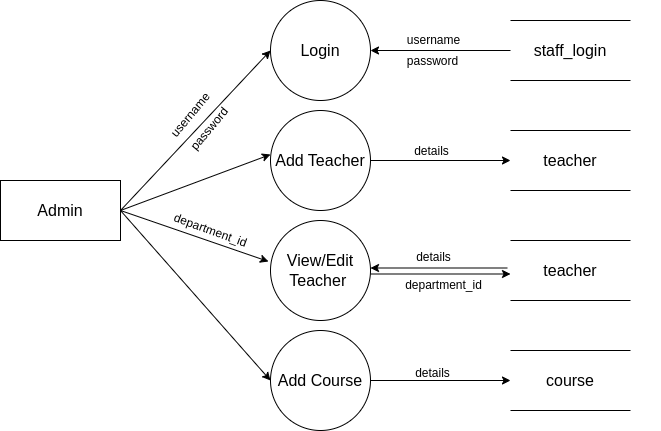
Earlier version of the draw.io export RAS_Project_Report/level_admin.png (Anjana2002/RAS_Project_Report). Source tidied: cells renumbered, new cells last; positions are measured from the earlier drawing's top-left corner, leaving out a move shared by most shapes. Its diagram source:
```xml
<mxGraphModel>
  <root>
    <mxCell id="0" />
    <mxCell id="1" parent="0" />
    <mxCell id="2" value="&lt;span style=&quot;font-size: 16px;&quot;&gt;Admin&lt;/span&gt;" style="rounded=0;whiteSpace=wrap;html=1;" parent="1" vertex="1">
      <mxGeometry y="180" width="120" height="60" as="geometry" />
    </mxCell>
    <mxCell id="3" value="&lt;font style=&quot;font-size: 16px;&quot;&gt;Login&lt;/font&gt;" style="ellipse;whiteSpace=wrap;html=1;" parent="1" vertex="1">
      <mxGeometry x="270" width="100" height="100" as="geometry" />
    </mxCell>
    <mxCell id="4" value="Add Teacher" style="ellipse;whiteSpace=wrap;html=1;fontSize=16;" parent="1" vertex="1">
      <mxGeometry x="270" y="110" width="100" height="100" as="geometry" />
    </mxCell>
    <mxCell id="5" value="View/Edit Teacher&amp;nbsp;" style="ellipse;whiteSpace=wrap;html=1;fontSize=16;" parent="1" vertex="1">
      <mxGeometry x="270" y="220" width="100" height="100" as="geometry" />
    </mxCell>
    <mxCell id="6" style="group;" parent="1" vertex="1">
      <mxGeometry x="370" y="20" width="290" height="60" as="geometry" />
    </mxCell>
    <mxCell id="7" style="group;" parent="6" vertex="1">
      <mxGeometry width="290" height="60" as="geometry" />
    </mxCell>
    <mxCell id="8" value="&lt;span style=&quot;font-size: 16px;&quot;&gt;staff_login&lt;/span&gt;" style="shape=partialRectangle;whiteSpace=wrap;html=1;left=0;right=0;fillColor=none;" parent="7" vertex="1">
      <mxGeometry x="140" width="120" height="60" as="geometry" />
    </mxCell>
    <mxCell id="9" value="&lt;span style=&quot;font-size: 16px;&quot;&gt;teacher&lt;/span&gt;" style="shape=partialRectangle;whiteSpace=wrap;html=1;left=0;right=0;fillColor=none;" parent="1" vertex="1">
      <mxGeometry x="510" y="240" width="120" height="60" as="geometry" />
    </mxCell>
    <mxCell id="10" value="password" style="text;html=1;align=center;verticalAlign=middle;strokeColor=none;fillColor=none;rotation=-50;" parent="1" vertex="1">
      <mxGeometry x="174" y="114" width="70" height="30" as="geometry" />
    </mxCell>
    <mxCell id="11" style="edgeStyle=orthogonalEdgeStyle;rounded=0;jettySize=auto;html=1;" parent="1" edge="1" source="8" target="3">
      <mxGeometry relative="1" as="geometry" />
    </mxCell>
    <mxCell id="12" value="username" style="text;html=1;align=center;verticalAlign=middle;strokeColor=none;fillColor=none;" parent="1" vertex="1">
      <mxGeometry x="393" y="25" width="80" height="30" as="geometry" />
    </mxCell>
    <mxCell id="13" value="password" style="text;html=1;align=center;verticalAlign=middle;strokeColor=none;fillColor=none;" parent="1" vertex="1">
      <mxGeometry x="397" y="46" width="70" height="30" as="geometry" />
    </mxCell>
    <mxCell id="14" style="endArrow=classic;html=1;rounded=0;entryX=0;entryY=0.5;entryDx=0;entryDy=0;exitX=1;exitY=0.5;exitDx=0;exitDy=0;" parent="1" edge="1" source="2" target="3">
      <mxGeometry relative="1" as="geometry" />
    </mxCell>
    <mxCell id="15" style="endArrow=classic;html=1;rounded=0;entryX=-0.02;entryY=0.41;entryDx=0;entryDy=0;exitX=1;exitY=0.5;exitDx=0;exitDy=0;entryPerimeter=0;" parent="1" edge="1" source="2" target="5">
      <mxGeometry relative="1" as="geometry" />
    </mxCell>
    <mxCell id="16" style="edgeStyle=orthogonalEdgeStyle;rounded=0;jettySize=auto;html=1;exitX=1;exitY=0.5;exitDx=0;exitDy=0;entryX=0;entryY=0.5;entryDx=0;entryDy=0;" parent="1" edge="1" source="17" target="19">
      <mxGeometry relative="1" as="geometry" />
    </mxCell>
    <mxCell id="17" value="Add Course" style="ellipse;whiteSpace=wrap;html=1;fontSize=16;" parent="1" vertex="1">
      <mxGeometry x="270" y="330" width="100" height="100" as="geometry" />
    </mxCell>
    <mxCell id="18" style="endArrow=classic;html=1;rounded=0;exitX=1;exitY=0.5;exitDx=0;exitDy=0;entryX=0;entryY=0.5;entryDx=0;entryDy=0;" parent="1" edge="1" source="2" target="17">
      <mxGeometry relative="1" as="geometry" />
    </mxCell>
    <mxCell id="19" value="&lt;span style=&quot;font-size: 16px;&quot;&gt;course&lt;/span&gt;" style="shape=partialRectangle;whiteSpace=wrap;html=1;left=0;right=0;fillColor=none;" parent="1" vertex="1">
      <mxGeometry x="510" y="350" width="120" height="60" as="geometry" />
    </mxCell>
    <mxCell id="20" style="group;" parent="1" vertex="1">
      <mxGeometry x="370" y="130" width="290" height="60" as="geometry" />
    </mxCell>
    <mxCell id="21" value="&lt;span style=&quot;font-size: 16px;&quot;&gt;teacher&lt;/span&gt;" style="shape=partialRectangle;whiteSpace=wrap;html=1;left=0;right=0;fillColor=none;" parent="20" vertex="1">
      <mxGeometry x="140" width="120" height="60" as="geometry" />
    </mxCell>
    <mxCell id="22" style="endArrow=classic;html=1;rounded=0;" parent="1" edge="1" target="21">
      <mxGeometry relative="1" as="geometry">
        <mxPoint x="370" y="160" as="sourcePoint" />
      </mxGeometry>
    </mxCell>
    <mxCell id="23" value="details" style="text;html=1;align=center;verticalAlign=middle;strokeColor=none;fillColor=none;" parent="1" vertex="1">
      <mxGeometry x="401" y="136" width="60" height="30" as="geometry" />
    </mxCell>
    <mxCell id="24" style="group;" parent="1" vertex="1">
      <mxGeometry x="370" y="267.5" as="geometry" />
    </mxCell>
    <mxCell id="25" style="endArrow=classic;html=1;rounded=0;exitX=-0.1;exitY=0.4;exitDx=0;exitDy=0;exitPerimeter=0;" parent="24" edge="1">
      <mxGeometry relative="1" as="geometry">
        <mxPoint x="137" as="sourcePoint" />
        <mxPoint as="targetPoint" />
      </mxGeometry>
    </mxCell>
    <mxCell id="26" style="edgeStyle=orthogonalEdgeStyle;rounded=0;orthogonalLoop=1;jettySize=auto;html=1;" parent="1" edge="1">
      <mxGeometry relative="1" as="geometry">
        <mxPoint x="370" y="273.5" as="sourcePoint" />
        <mxPoint x="510" y="273.5" as="targetPoint" />
      </mxGeometry>
    </mxCell>
    <mxCell id="27" value="details" style="text;html=1;align=center;verticalAlign=middle;strokeColor=none;fillColor=none;" parent="1" vertex="1">
      <mxGeometry x="402" y="358" width="60" height="30" as="geometry" />
    </mxCell>
    <mxCell id="28" style="endArrow=classic;html=1;rounded=0;entryX=0;entryY=0.5;entryDx=0;entryDy=0;exitX=1;exitY=0.5;exitDx=0;exitDy=0;" parent="1" edge="1" source="2">
      <mxGeometry relative="1" as="geometry">
        <mxPoint x="270" y="154" as="targetPoint" />
      </mxGeometry>
    </mxCell>
    <mxCell id="29" value="username" style="text;html=1;align=center;verticalAlign=middle;strokeColor=none;fillColor=none;rotation=-50;" parent="1" vertex="1">
      <mxGeometry x="150" y="100" width="80" height="30" as="geometry" />
    </mxCell>
    <mxCell id="30" value="department_id" style="text;html=1;align=center;verticalAlign=middle;strokeColor=none;fillColor=none;rotation=20;" parent="1" vertex="1">
      <mxGeometry x="160" y="215" width="100" height="30" as="geometry" />
    </mxCell>
    <mxCell id="31" value="department_id" style="text;html=1;align=center;verticalAlign=middle;strokeColor=none;fillColor=none;" parent="1" vertex="1">
      <mxGeometry x="393" y="270" width="100" height="30" as="geometry" />
    </mxCell>
    <mxCell id="32" value="details" style="text;html=1;align=center;verticalAlign=middle;strokeColor=none;fillColor=none;" parent="1" vertex="1">
      <mxGeometry x="403" y="242" width="60" height="30" as="geometry" />
    </mxCell>
  </root>
</mxGraphModel>
```
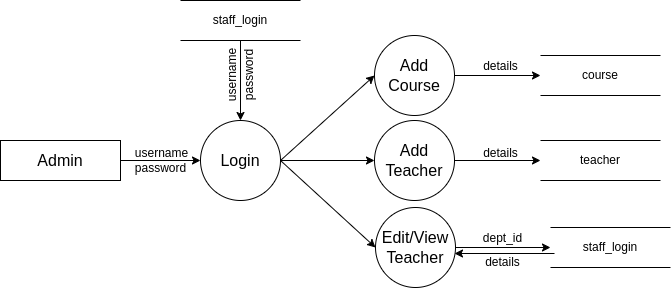
The same diagram one commit later.

What changed in the source:
```diff
@@ -2,108 +2,86 @@
   <root>
     <mxCell id="0" />
     <mxCell id="1" parent="0" />
-    <mxCell id="2" value="&lt;span style=&quot;font-size: 16px;&quot;&gt;Admin&lt;/span&gt;" style="rounded=0;whiteSpace=wrap;html=1;" parent="1" vertex="1">
-      <mxGeometry y="180" width="120" height="60" as="geometry" />
+    <mxCell id="2" value="&lt;font style=&quot;font-size: 16px;&quot;&gt;Admin&lt;/font&gt;" style="rounded=0;whiteSpace=wrap;html=1;" parent="1" vertex="1">
+      <mxGeometry x="-10" y="160" width="120" height="40" as="geometry" />
     </mxCell>
+    <mxCell id="14" style="endArrow=classic;html=1;rounded=0;exitX=1;exitY=0.5;exitDx=0;exitDy=0;" parent="1" edge="1" source="2" target="3">
+      <mxGeometry relative="1" as="geometry" />
+    </mxCell>
     <mxCell id="3" value="&lt;font style=&quot;font-size: 16px;&quot;&gt;Login&lt;/font&gt;" style="ellipse;whiteSpace=wrap;html=1;" parent="1" vertex="1">
-      <mxGeometry x="270" width="100" height="100" as="geometry" />
+      <mxGeometry x="190" y="140" width="80" height="80" as="geometry" />
     </mxCell>
-    <mxCell id="4" value="Add Teacher" style="ellipse;whiteSpace=wrap;html=1;fontSize=16;" parent="1" vertex="1">
-      <mxGeometry x="270" y="110" width="100" height="100" as="geometry" />
-    </mxCell>
-    <mxCell id="5" value="View/Edit Teacher&amp;nbsp;" style="ellipse;whiteSpace=wrap;html=1;fontSize=16;" parent="1" vertex="1">
-      <mxGeometry x="270" y="220" width="100" height="100" as="geometry" />
-    </mxCell>
-    <mxCell id="6" style="group;" parent="1" vertex="1">
-      <mxGeometry x="370" y="20" width="290" height="60" as="geometry" />
-    </mxCell>
-    <mxCell id="7" style="group;" parent="6" vertex="1">
-      <mxGeometry width="290" height="60" as="geometry" />
-    </mxCell>
-    <mxCell id="8" value="&lt;span style=&quot;font-size: 16px;&quot;&gt;staff_login&lt;/span&gt;" style="shape=partialRectangle;whiteSpace=wrap;html=1;left=0;right=0;fillColor=none;" parent="7" vertex="1">
-      <mxGeometry x="140" width="120" height="60" as="geometry" />
-    </mxCell>
-    <mxCell id="9" value="&lt;span style=&quot;font-size: 16px;&quot;&gt;teacher&lt;/span&gt;" style="shape=partialRectangle;whiteSpace=wrap;html=1;left=0;right=0;fillColor=none;" parent="1" vertex="1">
-      <mxGeometry x="510" y="240" width="120" height="60" as="geometry" />
-    </mxCell>
-    <mxCell id="10" value="password" style="text;html=1;align=center;verticalAlign=middle;strokeColor=none;fillColor=none;rotation=-50;" parent="1" vertex="1">
-      <mxGeometry x="174" y="114" width="70" height="30" as="geometry" />
-    </mxCell>
-    <mxCell id="11" style="edgeStyle=orthogonalEdgeStyle;rounded=0;jettySize=auto;html=1;" parent="1" edge="1" source="8" target="3">
-      <mxGeometry relative="1" as="geometry" />
-    </mxCell>
     <mxCell id="12" value="username" style="text;html=1;align=center;verticalAlign=middle;strokeColor=none;fillColor=none;" parent="1" vertex="1">
-      <mxGeometry x="393" y="25" width="80" height="30" as="geometry" />
+      <mxGeometry x="111" y="158" width="80" height="30" as="geometry" />
     </mxCell>
     <mxCell id="13" value="password" style="text;html=1;align=center;verticalAlign=middle;strokeColor=none;fillColor=none;" parent="1" vertex="1">
-      <mxGeometry x="397" y="46" width="70" height="30" as="geometry" />
+      <mxGeometry x="115" y="173" width="70" height="30" as="geometry" />
     </mxCell>
-    <mxCell id="14" style="endArrow=classic;html=1;rounded=0;entryX=0;entryY=0.5;entryDx=0;entryDy=0;exitX=1;exitY=0.5;exitDx=0;exitDy=0;" parent="1" edge="1" source="2" target="3">
-      <mxGeometry relative="1" as="geometry" />
-    </mxCell>
-    <mxCell id="15" style="endArrow=classic;html=1;rounded=0;entryX=-0.02;entryY=0.41;entryDx=0;entryDy=0;exitX=1;exitY=0.5;exitDx=0;exitDy=0;entryPerimeter=0;" parent="1" edge="1" source="2" target="5">
-      <mxGeometry relative="1" as="geometry" />
-    </mxCell>
+    <mxCell id="33" style="endArrow=classic;html=1;rounded=0;exitX=0.5;exitY=1;exitDx=0;exitDy=0;entryX=0.5;entryY=0;entryDx=0;entryDy=0;" parent="1" edge="1" source="34" target="3">
+      <mxGeometry relative="1" as="geometry" />
+    </mxCell>
+    <mxCell id="34" value="staff_login" style="shape=partialRectangle;whiteSpace=wrap;html=1;left=0;right=0;fillColor=none;" parent="1" vertex="1">
+      <mxGeometry x="170" y="20" width="120" height="40" as="geometry" />
+    </mxCell>
+    <mxCell id="10" value="password" style="text;html=1;align=center;verticalAlign=middle;strokeColor=none;fillColor=none;rotation=-90;" parent="1" vertex="1">
+      <mxGeometry x="204" y="80" width="70" height="30" as="geometry" />
+    </mxCell>
+    <mxCell id="29" value="username" style="text;html=1;align=center;verticalAlign=middle;strokeColor=none;fillColor=none;rotation=-90;" parent="1" vertex="1">
+      <mxGeometry x="182" y="80" width="80" height="30" as="geometry" />
+    </mxCell>
+    <mxCell id="35" style="endArrow=classic;html=1;rounded=0;exitX=1;exitY=0.5;exitDx=0;exitDy=0;entryX=0;entryY=0.5;entryDx=0;entryDy=0;" parent="1" edge="1" source="3" target="17">
+      <mxGeometry relative="1" as="geometry" />
+    </mxCell>
+    <mxCell id="36" style="endArrow=classic;html=1;rounded=0;exitX=1;exitY=0.5;exitDx=0;exitDy=0;entryX=0;entryY=0.5;entryDx=0;entryDy=0;" parent="1" edge="1" source="3" target="4">
+      <mxGeometry relative="1" as="geometry" />
+    </mxCell>
+    <mxCell id="37" style="endArrow=classic;html=1;rounded=0;exitX=1;exitY=0.5;exitDx=0;exitDy=0;entryX=0;entryY=0.5;entryDx=0;entryDy=0;" parent="1" edge="1" source="3" target="38">
+      <mxGeometry relative="1" as="geometry" />
+    </mxCell>
+    <mxCell id="17" value="&lt;span style=&quot;font-size: 16px;&quot;&gt;Add Course&lt;/span&gt;" style="ellipse;whiteSpace=wrap;html=1;" parent="1" vertex="1">
+      <mxGeometry x="364" y="55" width="80" height="80" as="geometry" />
+    </mxCell>
+    <mxCell id="4" value="&lt;span style=&quot;font-size: 16px;&quot;&gt;Add Teacher&lt;/span&gt;" style="ellipse;whiteSpace=wrap;html=1;" parent="1" vertex="1">
+      <mxGeometry x="364" y="140" width="80" height="80" as="geometry" />
+    </mxCell>
+    <mxCell id="38" value="&lt;span style=&quot;font-size: 16px;&quot;&gt;Edit/View Teacher&lt;/span&gt;" style="ellipse;whiteSpace=wrap;html=1;" parent="1" vertex="1">
+      <mxGeometry x="365" y="227" width="80" height="80" as="geometry" />
+    </mxCell>
-    <mxCell id="16" style="edgeStyle=orthogonalEdgeStyle;rounded=0;jettySize=auto;html=1;exitX=1;exitY=0.5;exitDx=0;exitDy=0;entryX=0;entryY=0.5;entryDx=0;entryDy=0;" parent="1" edge="1" source="17" target="19">
+    <mxCell id="16" style="endArrow=classic;html=1;rounded=0;exitX=1;exitY=0.5;exitDx=0;exitDy=0;entryX=0;entryY=0.5;entryDx=0;entryDy=0;" parent="1" edge="1" source="17" target="19">
       <mxGeometry relative="1" as="geometry" />
     </mxCell>
-    <mxCell id="17" value="Add Course" style="ellipse;whiteSpace=wrap;html=1;fontSize=16;" parent="1" vertex="1">
-      <mxGeometry x="270" y="330" width="100" height="100" as="geometry" />
-    </mxCell>
-    <mxCell id="18" style="endArrow=classic;html=1;rounded=0;exitX=1;exitY=0.5;exitDx=0;exitDy=0;entryX=0;entryY=0.5;entryDx=0;entryDy=0;" parent="1" edge="1" source="2" target="17">
-      <mxGeometry relative="1" as="geometry" />
-    </mxCell>
-    <mxCell id="19" value="&lt;span style=&quot;font-size: 16px;&quot;&gt;course&lt;/span&gt;" style="shape=partialRectangle;whiteSpace=wrap;html=1;left=0;right=0;fillColor=none;" parent="1" vertex="1">
-      <mxGeometry x="510" y="350" width="120" height="60" as="geometry" />
+    <mxCell id="19" value="course" style="shape=partialRectangle;whiteSpace=wrap;html=1;left=0;right=0;fillColor=none;" parent="1" vertex="1">
+      <mxGeometry x="530" y="75" width="120" height="40" as="geometry" />
     </mxCell>
-    <mxCell id="20" style="group;" parent="1" vertex="1">
-      <mxGeometry x="370" y="130" width="290" height="60" as="geometry" />
-    </mxCell>
-    <mxCell id="21" value="&lt;span style=&quot;font-size: 16px;&quot;&gt;teacher&lt;/span&gt;" style="shape=partialRectangle;whiteSpace=wrap;html=1;left=0;right=0;fillColor=none;" parent="20" vertex="1">
-      <mxGeometry x="140" width="120" height="60" as="geometry" />
-    </mxCell>
-    <mxCell id="22" style="endArrow=classic;html=1;rounded=0;" parent="1" edge="1" target="21">
-      <mxGeometry relative="1" as="geometry">
-        <mxPoint x="370" y="160" as="sourcePoint" />
-      </mxGeometry>
-    </mxCell>
-    <mxCell id="23" value="details" style="text;html=1;align=center;verticalAlign=middle;strokeColor=none;fillColor=none;" parent="1" vertex="1">
-      <mxGeometry x="401" y="136" width="60" height="30" as="geometry" />
-    </mxCell>
-    <mxCell id="24" style="group;" parent="1" vertex="1">
-      <mxGeometry x="370" y="267.5" as="geometry" />
-    </mxCell>
-    <mxCell id="25" style="endArrow=classic;html=1;rounded=0;exitX=-0.1;exitY=0.4;exitDx=0;exitDy=0;exitPerimeter=0;" parent="24" edge="1">
-      <mxGeometry relative="1" as="geometry">
-        <mxPoint x="137" as="sourcePoint" />
-        <mxPoint as="targetPoint" />
-      </mxGeometry>
-    </mxCell>
-    <mxCell id="26" style="edgeStyle=orthogonalEdgeStyle;rounded=0;orthogonalLoop=1;jettySize=auto;html=1;" parent="1" edge="1">
-      <mxGeometry relative="1" as="geometry">
-        <mxPoint x="370" y="273.5" as="sourcePoint" />
-        <mxPoint x="510" y="273.5" as="targetPoint" />
-      </mxGeometry>
-    </mxCell>
-    <mxCell id="27" value="details" style="text;html=1;align=center;verticalAlign=middle;strokeColor=none;fillColor=none;" parent="1" vertex="1">
-      <mxGeometry x="402" y="358" width="60" height="30" as="geometry" />
-    </mxCell>
-    <mxCell id="28" style="endArrow=classic;html=1;rounded=0;entryX=0;entryY=0.5;entryDx=0;entryDy=0;exitX=1;exitY=0.5;exitDx=0;exitDy=0;" parent="1" edge="1" source="2">
-      <mxGeometry relative="1" as="geometry">
-        <mxPoint x="270" y="154" as="targetPoint" />
-      </mxGeometry>
-    </mxCell>
-    <mxCell id="29" value="username" style="text;html=1;align=center;verticalAlign=middle;strokeColor=none;fillColor=none;rotation=-50;" parent="1" vertex="1">
-      <mxGeometry x="150" y="100" width="80" height="30" as="geometry" />
-    </mxCell>
-    <mxCell id="30" value="department_id" style="text;html=1;align=center;verticalAlign=middle;strokeColor=none;fillColor=none;rotation=20;" parent="1" vertex="1">
-      <mxGeometry x="160" y="215" width="100" height="30" as="geometry" />
-    </mxCell>
-    <mxCell id="31" value="department_id" style="text;html=1;align=center;verticalAlign=middle;strokeColor=none;fillColor=none;" parent="1" vertex="1">
-      <mxGeometry x="393" y="270" width="100" height="30" as="geometry" />
-    </mxCell>
-    <mxCell id="32" value="details" style="text;html=1;align=center;verticalAlign=middle;strokeColor=none;fillColor=none;" parent="1" vertex="1">
-      <mxGeometry x="403" y="242" width="60" height="30" as="geometry" />
-    </mxCell>
+    <mxCell id="39" value="teacher" style="shape=partialRectangle;whiteSpace=wrap;html=1;left=0;right=0;fillColor=none;" parent="1" vertex="1">
+      <mxGeometry x="530" y="160" width="120" height="40" as="geometry" />
+    </mxCell>
+    <mxCell id="40" value="staff_login" style="shape=partialRectangle;whiteSpace=wrap;html=1;left=0;right=0;fillColor=none;" parent="1" vertex="1">
+      <mxGeometry x="540" y="247" width="120" height="40" as="geometry" />
+    </mxCell>
+    <mxCell id="41" style="endArrow=classic;html=1;rounded=0;exitX=1;exitY=0.5;exitDx=0;exitDy=0;entryX=0;entryY=0.5;entryDx=0;entryDy=0;" parent="1" edge="1" source="4" target="39">
+      <mxGeometry relative="1" as="geometry" />
+    </mxCell>
+    <mxCell id="42" style="endArrow=classic;html=1;rounded=0;exitX=1;exitY=0.5;exitDx=0;exitDy=0;entryX=0;entryY=0.5;entryDx=0;entryDy=0;" parent="1" edge="1" source="38" target="40">
+      <mxGeometry relative="1" as="geometry" />
+    </mxCell>
+    <mxCell id="43" value="details" style="text;html=1;align=center;verticalAlign=middle;strokeColor=none;fillColor=none;" parent="1" vertex="1">
+      <mxGeometry x="460" y="71" width="60" height="30" as="geometry" />
+    </mxCell>
+    <mxCell id="44" value="details" style="text;html=1;align=center;verticalAlign=middle;strokeColor=none;fillColor=none;" parent="1" vertex="1">
+      <mxGeometry x="460" y="158" width="60" height="30" as="geometry" />
+    </mxCell>
+    <mxCell id="45" value="details" style="text;html=1;align=center;verticalAlign=middle;strokeColor=none;fillColor=none;" parent="1" vertex="1">
+      <mxGeometry x="462" y="267" width="60" height="30" as="geometry" />
+    </mxCell>
+    <mxCell id="46" style="endArrow=classic;html=1;rounded=0;" parent="1" edge="1">
+      <mxGeometry relative="1" as="geometry">
+        <mxPoint x="544" y="273" as="sourcePoint" />
+        <mxPoint x="444" y="273" as="targetPoint" />
+      </mxGeometry>
+    </mxCell>
+    <mxCell id="47" value="dept_id" style="text;html=1;align=center;verticalAlign=middle;strokeColor=none;fillColor=none;" parent="1" vertex="1">
+      <mxGeometry x="462" y="243" width="60" height="30" as="geometry" />
+    </mxCell>
   </root>
 </mxGraphModel>
```
